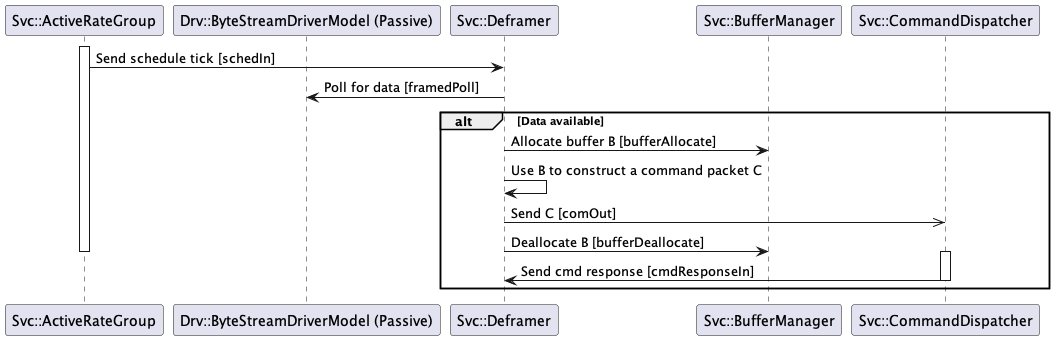
This is Svc/Deframer/docs/img/passive-cmd-packet.png from nasa/fprime, a PlantUML export, as it was before one commit. The source it was exported from:
```plantuml
@startuml

participant "Svc::ActiveRateGroup" order 1
participant "Drv::ByteStreamDriverModel (Passive)" order 2
participant "Svc::Deframer" order 3
participant "Svc::BufferManager" order 4
participant "Svc::CommandDispatcher" order 5

activate "Svc::ActiveRateGroup"

"Svc::ActiveRateGroup" -> "Svc::Deframer": Send schedule tick [schedIn]

"Svc::Deframer" -> "Drv::ByteStreamDriverModel (Passive)": Poll for data [framedPoll]

alt Data available

  "Svc::Deframer" -> "Svc::BufferManager": Allocate buffer B [bufferAllocate]
  "Svc::Deframer" -> "Svc::Deframer": Use B to construct a command packet C
  "Svc::Deframer" ->> "Svc::CommandDispatcher": Send C [comOut]
  "Svc::Deframer" -> "Svc::BufferManager": Deallocate B [bufferDeallocate]

deactivate "Svc::ActiveRateGroup"

  activate "Svc::CommandDispatcher"
  "Svc::CommandDispatcher" -> "Svc::Deframer": Send cmd response [cmdResponseIn]
  deactivate "Svc::CommandDispatcher"

end

@enduml
```
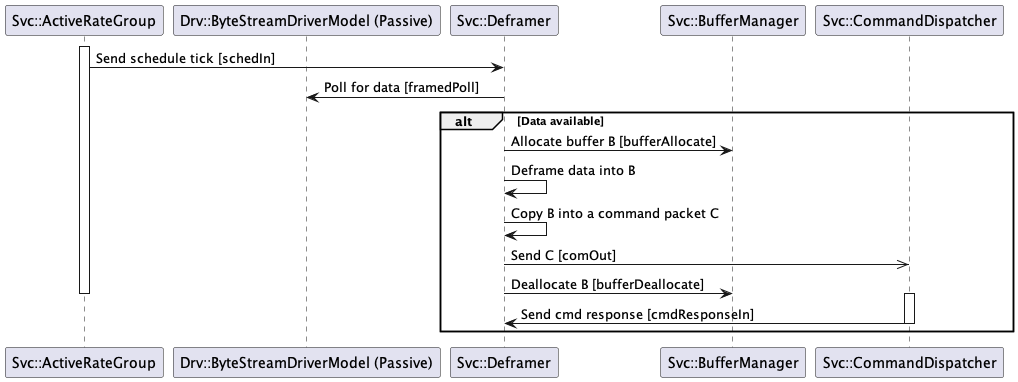
Above is the later version.

Commit message:
Revise Deframer SDD

Diff of the diagram source:
```diff
@@ -15,7 +15,8 @@
 alt Data available
 
   "Svc::Deframer" -> "Svc::BufferManager": Allocate buffer B [bufferAllocate]
-  "Svc::Deframer" -> "Svc::Deframer": Use B to construct a command packet C
+  "Svc::Deframer" -> "Svc::Deframer": Deframe data into B
+  "Svc::Deframer" -> "Svc::Deframer": Copy B into a command packet C
   "Svc::Deframer" ->> "Svc::CommandDispatcher": Send C [comOut]
   "Svc::Deframer" -> "Svc::BufferManager": Deallocate B [bufferDeallocate]
 
```
